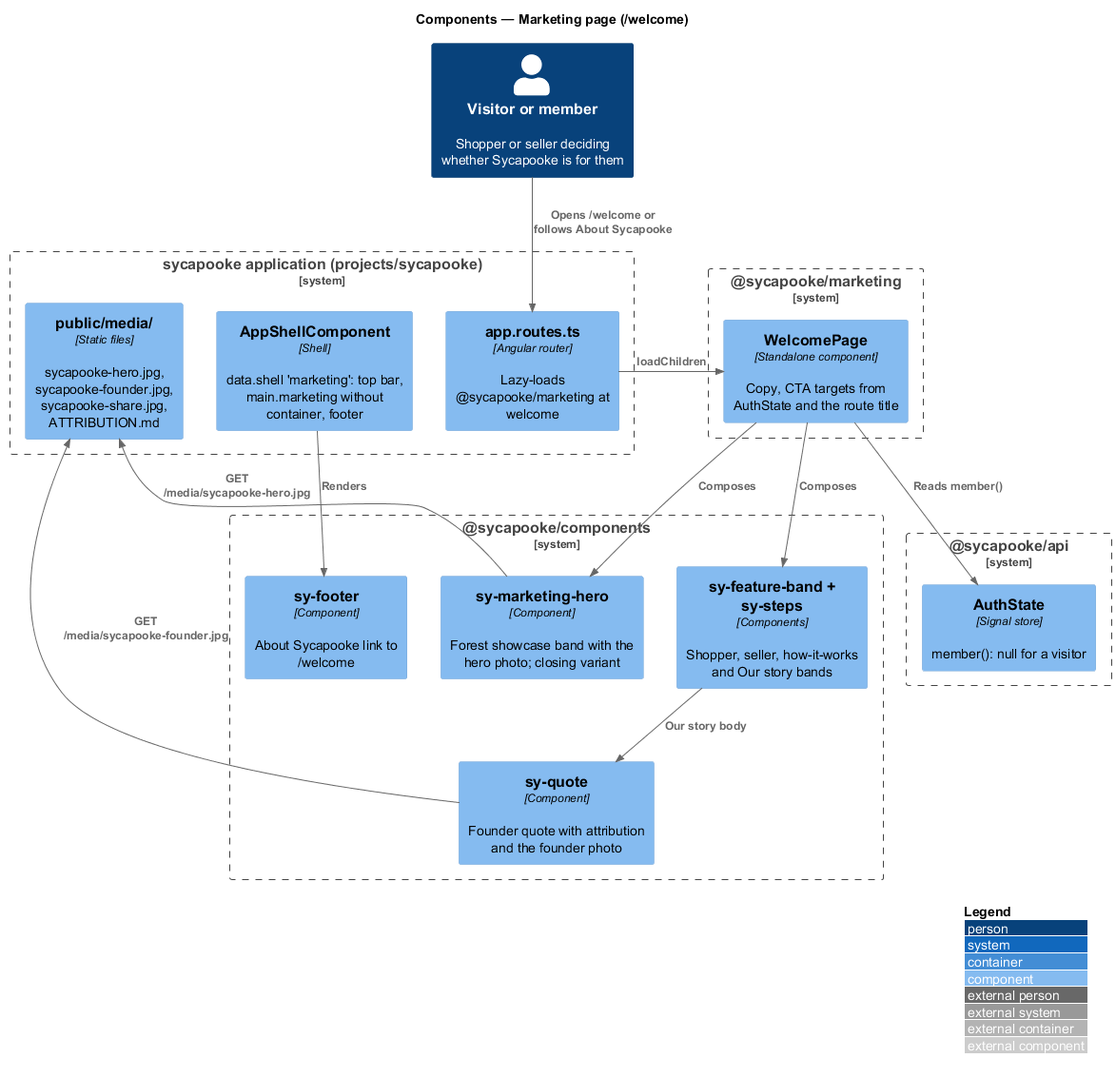
The PlantUML diagram docs/detailed-designs/platform/marketing-page/diagrams/c4-component.png in QuinntyneBrown/sycapooke, before a commit. Its diagram source:
```plantuml
@startuml
!include <C4/C4_Component>
LAYOUT_WITH_LEGEND()
title Components — Marketing page (/welcome)

Person(visitor, "Visitor or member", "Shopper or seller deciding whether Sycapooke is for them")
System_Boundary(app, "sycapooke application (projects/sycapooke)") {
  Component(routes, "app.routes.ts", "Angular router", "Lazy-loads @sycapooke/marketing at welcome")
  Component(shell, "AppShellComponent", "Shell", "data.shell 'marketing': top bar, main.marketing without container, footer")
  Component(media, "public/media/", "Static files", "sycapooke-hero.jpg, sycapooke-founder.jpg, sycapooke-share.jpg, ATTRIBUTION.md")
}
System_Boundary(mkt, "@sycapooke/marketing") {
  Component(page, "WelcomePage", "Standalone component", "Copy, CTA targets from AuthState and the route title")
}
System_Boundary(cmp, "@sycapooke/components") {
  Component(hero, "sy-marketing-hero", "Component", "Forest showcase band with the hero photo; closing variant")
  Component(band, "sy-feature-band + sy-steps", "Components", "Shopper, seller, how-it-works and Our story bands")
  Component(quote, "sy-quote", "Component", "Founder quote with attribution and the founder photo")
  Component(footer, "sy-footer", "Component", "About Sycapooke link to /welcome")
}
System_Boundary(api, "@sycapooke/api") {
  Component(auth, "AuthState", "Signal store", "member(): null for a visitor")
}

Rel(visitor, routes, "Opens /welcome or follows About Sycapooke")
Rel(routes, page, "loadChildren")
Rel(shell, footer, "Renders")
Rel(page, hero, "Composes")
Rel(page, band, "Composes")
Rel(band, quote, "Our story body")
Rel(page, auth, "Reads member()")
Rel(hero, media, "GET /media/sycapooke-hero.jpg")
Rel(quote, media, "GET /media/sycapooke-founder.jpg")
@enduml
```
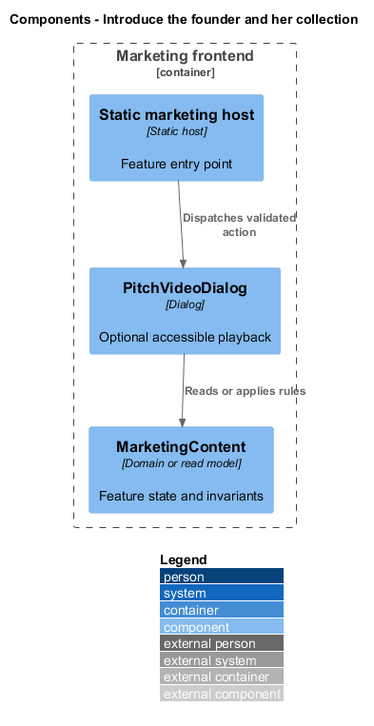
Above is the later version.

Diff of the diagram source:
```diff
@@ -1,34 +1,12 @@
 @startuml
 !include <C4/C4_Component>
 LAYOUT_WITH_LEGEND()
-title Components — Marketing page (/welcome)
-
-Person(visitor, "Visitor or member", "Shopper or seller deciding whether Sycapooke is for them")
-System_Boundary(app, "sycapooke application (projects/sycapooke)") {
-  Component(routes, "app.routes.ts", "Angular router", "Lazy-loads @sycapooke/marketing at welcome")
-  Component(shell, "AppShellComponent", "Shell", "data.shell 'marketing': top bar, main.marketing without container, footer")
-  Component(media, "public/media/", "Static files", "sycapooke-hero.jpg, sycapooke-founder.jpg, sycapooke-share.jpg, ATTRIBUTION.md")
+title Components - Introduce the founder and her collection
+Container_Boundary(slice, "Marketing frontend") {
+  Component(entry, "Static marketing host", "Static host", "Feature entry point")
+  Component(handler, "PitchVideoDialog", "Dialog", "Optional accessible playback")
+  Component(entity, "MarketingContent", "Domain or read model", "Feature state and invariants")
 }
-System_Boundary(mkt, "@sycapooke/marketing") {
-  Component(page, "WelcomePage", "Standalone component", "Copy, CTA targets from AuthState and the route title")
-}
-System_Boundary(cmp, "@sycapooke/components") {
-  Component(hero, "sy-marketing-hero", "Component", "Forest showcase band with the hero photo; closing variant")
-  Component(band, "sy-feature-band + sy-steps", "Components", "Shopper, seller, how-it-works and Our story bands")
-  Component(quote, "sy-quote", "Component", "Founder quote with attribution and the founder photo")
-  Component(footer, "sy-footer", "Component", "About Sycapooke link to /welcome")
-}
-System_Boundary(api, "@sycapooke/api") {
-  Component(auth, "AuthState", "Signal store", "member(): null for a visitor")
-}
-
-Rel(visitor, routes, "Opens /welcome or follows About Sycapooke")
-Rel(routes, page, "loadChildren")
-Rel(shell, footer, "Renders")
-Rel(page, hero, "Composes")
-Rel(page, band, "Composes")
-Rel(band, quote, "Our story body")
-Rel(page, auth, "Reads member()")
-Rel(hero, media, "GET /media/sycapooke-hero.jpg")
-Rel(quote, media, "GET /media/sycapooke-founder.jpg")
+Rel(entry, handler, "Dispatches validated action")
+Rel(handler, entity, "Reads or applies rules")
 @enduml
```
